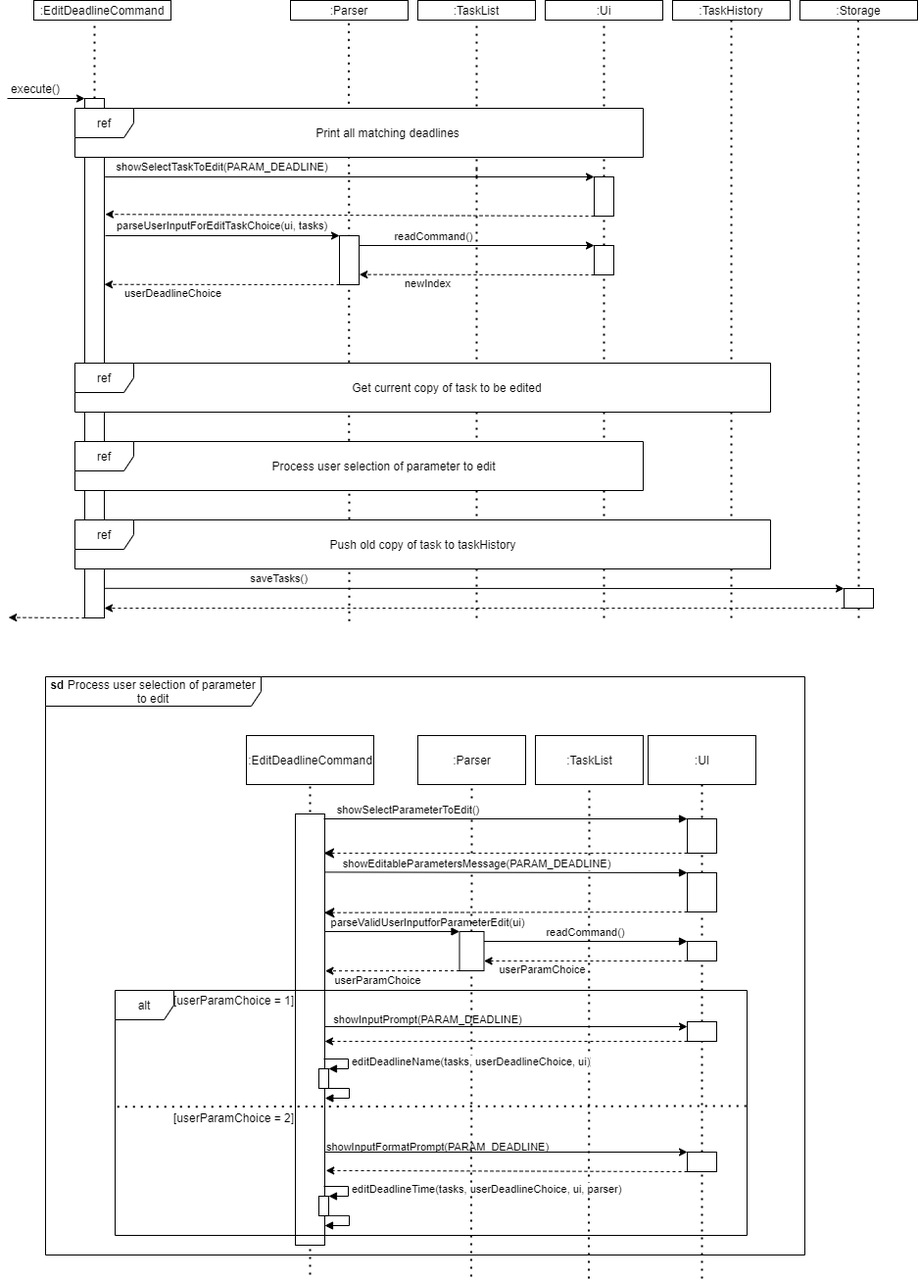
Earlier version of the draw.io export docs/images/DeveloperGuide/Figure 4.2-1.png (skyaxe97/tp). Source tidied: cells renumbered, new cells last; positions are measured from the earlier drawing's top-left corner, leaving out a move shared by most shapes.
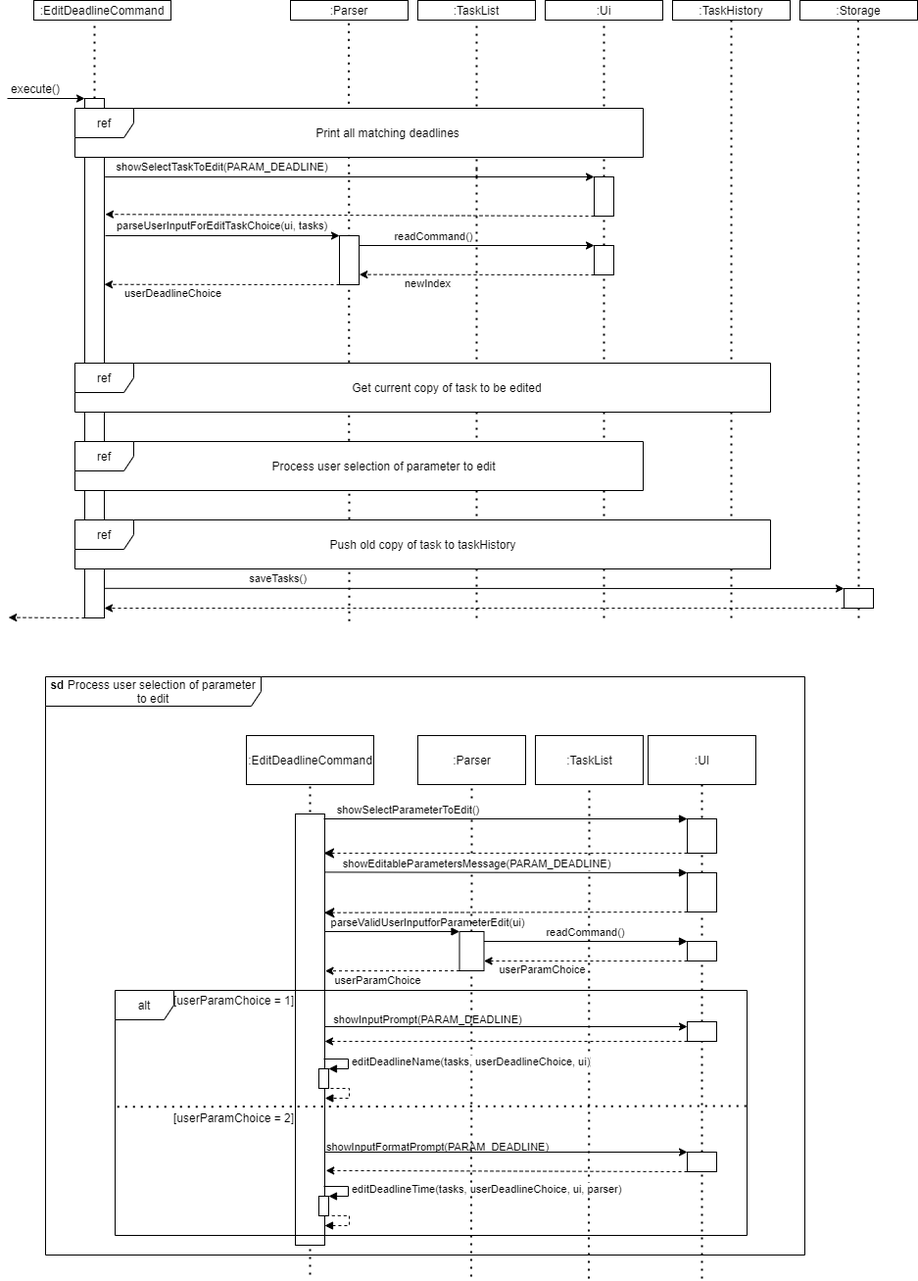
After the commit.

Commit message:
Fix DG UML diagram

What changed in the source:
```diff
@@ -305,7 +305,7 @@
     <mxCell id="81" value="userParamChoice" style="endArrow=classic;html=1;dashed=1;exitX=0;exitY=1;exitDx=0;exitDy=0;entryX=1.016;entryY=0.364;entryDx=0;entryDy=0;entryPerimeter=0;" parent="1" edge="1" source="78" target="50">
       <mxGeometry x="0.21" y="10" relative="1" as="geometry" />
     </mxCell>
-    <mxCell id="82" style="edgeStyle=orthogonalEdgeStyle;html=1;align=left;spacingLeft=2;endArrow=block;rounded=0;entryX=0.34;entryY=0.44;entryDx=0;entryDy=0;entryPerimeter=0;" parent="1" edge="1">
+    <mxCell id="82" style="edgeStyle=orthogonalEdgeStyle;html=1;align=left;spacingLeft=2;endArrow=block;rounded=0;entryX=0.34;entryY=0.44;entryDx=0;entryDy=0;entryPerimeter=0;dashed=1;" parent="1" edge="1">
       <mxGeometry relative="1" as="geometry">
         <mxPoint x="324" y="1110" as="sourcePoint" />
         <mxPoint x="324.3" y="1120" as="targetPoint" />
@@ -315,7 +315,7 @@
         </Array>
       </mxGeometry>
     </mxCell>
-    <mxCell id="83" style="edgeStyle=orthogonalEdgeStyle;html=1;align=left;spacingLeft=2;endArrow=block;rounded=0;exitX=0.727;exitY=0.993;exitDx=0;exitDy=0;exitPerimeter=0;" parent="1" edge="1" source="70">
+    <mxCell id="83" style="edgeStyle=orthogonalEdgeStyle;html=1;align=left;spacingLeft=2;endArrow=block;rounded=0;exitX=0.727;exitY=0.993;exitDx=0;exitDy=0;exitPerimeter=0;dashed=1;" parent="1" edge="1" source="70">
       <mxGeometry relative="1" as="geometry">
         <mxPoint x="324" y="1250" as="targetPoint" />
         <Array as="points">
```
